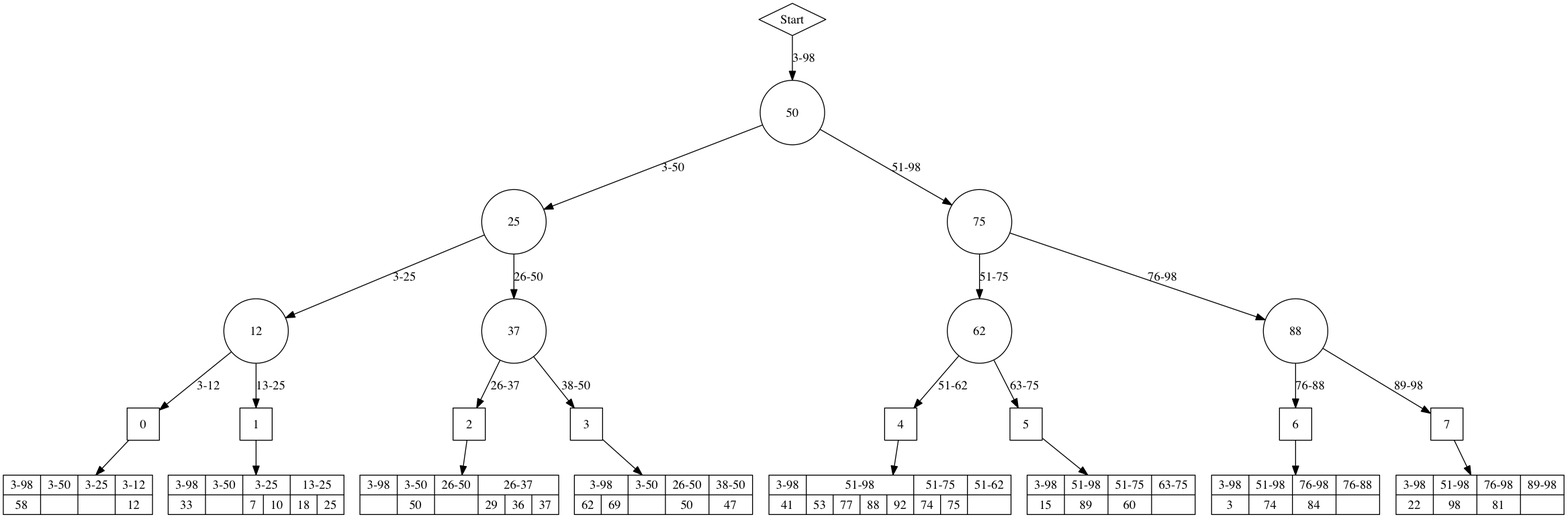
Before: ace.dot.png, a diagram exported from Graphviz (codesniper123/acetree). Its source is kept beside it as ace.dot. The source it was exported from:
```dot
digraph graphname{
ratio="fill";margin=0;
Node0 [shape=diamond label="Start"]
Node0 -> Node1 [label="3-98"]
Node1 [width=1 height=1 label ="50"]
Node1 -> Node2 [label="3-50"]
Node2 [width=1 height=1 label ="25"]
Node2 -> Node3 [label="3-25"]
Node3 [width=1 height=1 label ="12"]
Node3 -> Node4 [label="3-12"]
Node4 [shape=rectangle width=0.5 height=0.5 label="0"]
struct17 [shape=record label=" {3-98|{ 74|81}}|{3-50|{ 12|41|50}}|{3-25|{ 3|25}}|{3-12|{ 7}}"]
Node4 -> struct17
Node3 -> Node5 [label="13-25"]
Node5 [shape=rectangle width=0.5 height=0.5 label="1"]
struct21 [shape=record label=" {3-98|{}}|{3-50|{ 18}}|{3-25|{ 10}}|{13-25|{ 15}}"]
Node5 -> struct21
Node2 -> Node6 [label="26-50"]
Node6 [width=1 height=1 label ="37"]
Node6 -> Node7 [label="26-37"]
Node7 [shape=rectangle width=0.5 height=0.5 label="2"]
struct29 [shape=record label=" {3-98|{}}|{3-50|{ 33}}|{26-50|{}}|{26-37|{ 29|36}}"]
Node7 -> struct29
Node6 -> Node8 [label="38-50"]
Node8 [shape=rectangle width=0.5 height=0.5 label="3"]
struct33 [shape=record label=" {3-98|{ 37}}|{3-50|{}}|{26-50|{}}|{38-50|{ 50}}"]
Node8 -> struct33
Node1 -> Node9 [label="51-98"]
Node9 [width=1 height=1 label ="75"]
Node9 -> Node10 [label="51-75"]
Node10 [width=1 height=1 label ="62"]
Node10 -> Node11 [label="51-62"]
Node11 [shape=rectangle width=0.5 height=0.5 label="4"]
struct45 [shape=record label=" {3-98|{ 98}}|{51-98|{ 60|74}}|{51-75|{}}|{51-62|{ 53|58}}"]
Node11 -> struct45
Node10 -> Node12 [label="63-75"]
Node12 [shape=rectangle width=0.5 height=0.5 label="5"]
struct49 [shape=record label=" {3-98|{ 22|62}}|{51-98|{}}|{51-75|{}}|{63-75|{}}"]
Node12 -> struct49
Node9 -> Node13 [label="76-98"]
Node13 [width=1 height=1 label ="88"]
Node13 -> Node14 [label="76-88"]
Node14 [shape=rectangle width=0.5 height=0.5 label="6"]
struct57 [shape=record label=" {3-98|{ 69}}|{51-98|{ 75}}|{76-98|{ 77|88}}|{76-88|{}}"]
Node14 -> struct57
Node13 -> Node15 [label="89-98"]
Node15 [shape=rectangle width=0.5 height=0.5 label="7"]
struct61 [shape=record label=" {3-98|{ 47}}|{51-98|{}}|{76-98|{ 84|89|92}}|{89-98|{}}"]
Node15 -> struct61
}
```
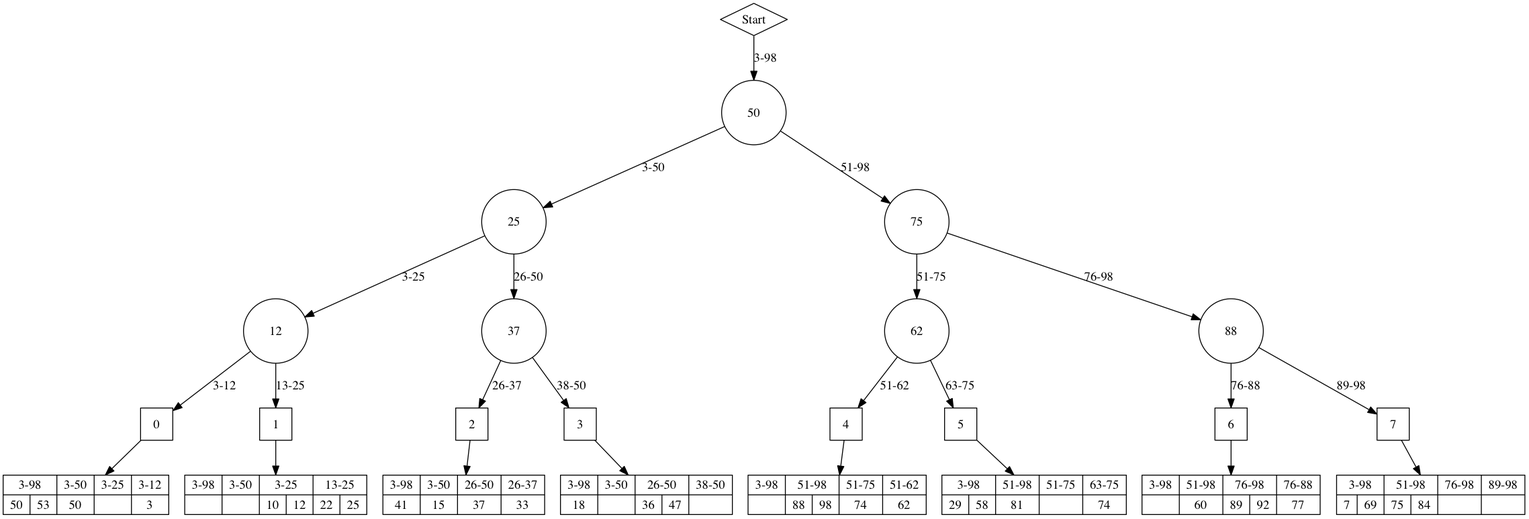
The same file after the commit.

What changed in the source:
```diff
@@ -6,45 +6,21 @@
 Node1 -> Node2 [label="3-50"]
 Node2 [width=1 height=1 label ="25"]
 Node2 -> Node3 [label="3-25"]
-Node3 [width=1 height=1 label ="12"]
-Node3 -> Node4 [label="3-12"]
-Node4 [shape=rectangle width=0.5 height=0.5 label="0"]
-struct17 [shape=record label=" {3-98|{ 74|81}}|{3-50|{ 12|41|50}}|{3-25|{ 3|25}}|{3-12|{ 7}}"]
-Node4 -> struct17
-Node3 -> Node5 [label="13-25"]
-Node5 [shape=rectangle width=0.5 height=0.5 label="1"]
-struct21 [shape=record label=" {3-98|{}}|{3-50|{ 18}}|{3-25|{ 10}}|{13-25|{ 15}}"]
-Node5 -> struct21
-Node2 -> Node6 [label="26-50"]
-Node6 [width=1 height=1 label ="37"]
-Node6 -> Node7 [label="26-37"]
-Node7 [shape=rectangle width=0.5 height=0.5 label="2"]
-struct29 [shape=record label=" {3-98|{}}|{3-50|{ 33}}|{26-50|{}}|{26-37|{ 29|36}}"]
-Node7 -> struct29
-Node6 -> Node8 [label="38-50"]
-Node8 [shape=rectangle width=0.5 height=0.5 label="3"]
-struct33 [shape=record label=" {3-98|{ 37}}|{3-50|{}}|{26-50|{}}|{38-50|{ 50}}"]
-Node8 -> struct33
-Node1 -> Node9 [label="51-98"]
-Node9 [width=1 height=1 label ="75"]
-Node9 -> Node10 [label="51-75"]
-Node10 [width=1 height=1 label ="62"]
-Node10 -> Node11 [label="51-62"]
-Node11 [shape=rectangle width=0.5 height=0.5 label="4"]
-struct45 [shape=record label=" {3-98|{ 98}}|{51-98|{ 60|74}}|{51-75|{}}|{51-62|{ 53|58}}"]
-Node11 -> struct45
-Node10 -> Node12 [label="63-75"]
-Node12 [shape=rectangle width=0.5 height=0.5 label="5"]
-struct49 [shape=record label=" {3-98|{ 22|62}}|{51-98|{}}|{51-75|{}}|{63-75|{}}"]
-Node12 -> struct49
-Node9 -> Node13 [label="76-98"]
-Node13 [width=1 height=1 label ="88"]
-Node13 -> Node14 [label="76-88"]
-Node14 [shape=rectangle width=0.5 height=0.5 label="6"]
-struct57 [shape=record label=" {3-98|{ 69}}|{51-98|{ 75}}|{76-98|{ 77|88}}|{76-88|{}}"]
-Node14 -> struct57
-Node13 -> Node15 [label="89-98"]
-Node15 [shape=rectangle width=0.5 height=0.5 label="7"]
-struct61 [shape=record label=" {3-98|{ 47}}|{51-98|{}}|{76-98|{ 84|89|92}}|{89-98|{}}"]
-Node15 -> struct61
+Node3 [shape=rectangle width=0.5 height=0.5 label="0"]
+struct10 [shape=record label=" {3-98|{ 53|77|89|98}}|{3-50|{ 10|12|33|50}}|{3-25|{ 3|22|25}}"]
+Node3 -> struct10
+Node2 -> Node4 [label="26-50"]
+Node4 [shape=rectangle width=0.5 height=0.5 label="1"]
+struct13 [shape=record label=" {3-98|{ 81}}|{3-50|{ 41|47|50}}|{26-50|{ 29|36|37}}"]
+Node4 -> struct13
+Node1 -> Node5 [label="51-98"]
+Node5 [width=1 height=1 label ="75"]
+Node5 -> Node6 [label="51-75"]
+Node6 [shape=rectangle width=0.5 height=0.5 label="2"]
+struct19 [shape=record label=" {3-98|{ 18|84|92}}|{51-98|{ 74|75}}|{51-75|{ 58|60|69|74}}"]
+Node6 -> struct19
+Node5 -> Node7 [label="76-98"]
+Node7 [shape=rectangle width=0.5 height=0.5 label="3"]
+struct22 [shape=record label=" {3-98|{ 7|15|88}}|{51-98|{ 62}}|{76-98|{}}"]
+Node7 -> struct22
 }
```
